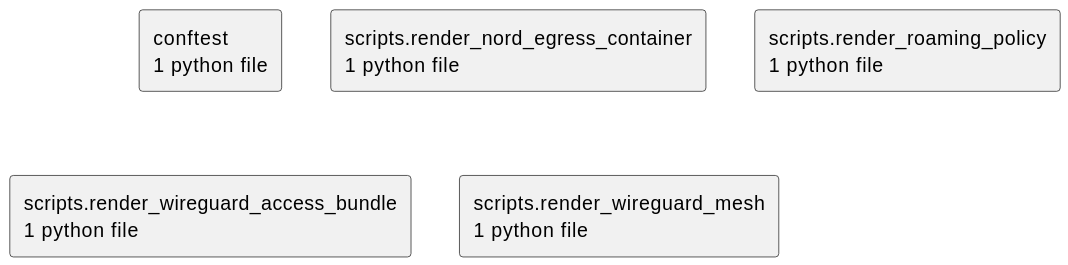
Above: docs/diagrams/python-packages.puml.svg in casonk/short-circuit (PlantUML), before the change. Source of this version:
```plantuml
@startuml
set namespaceSeparator none
top to bottom direction
skinparam componentStyle rectangle
rectangle "conftest\n1 python file" as conftest
rectangle "scripts.render_nord_egress_container\n1 python file" as scripts.render_nord_egress_container
rectangle "scripts.render_roaming_policy\n1 python file" as scripts.render_roaming_policy
rectangle "scripts.render_wireguard_access_bundle\n1 python file" as scripts.render_wireguard_access_bundle
rectangle "scripts.render_wireguard_mesh\n1 python file" as scripts.render_wireguard_mesh
@enduml
```
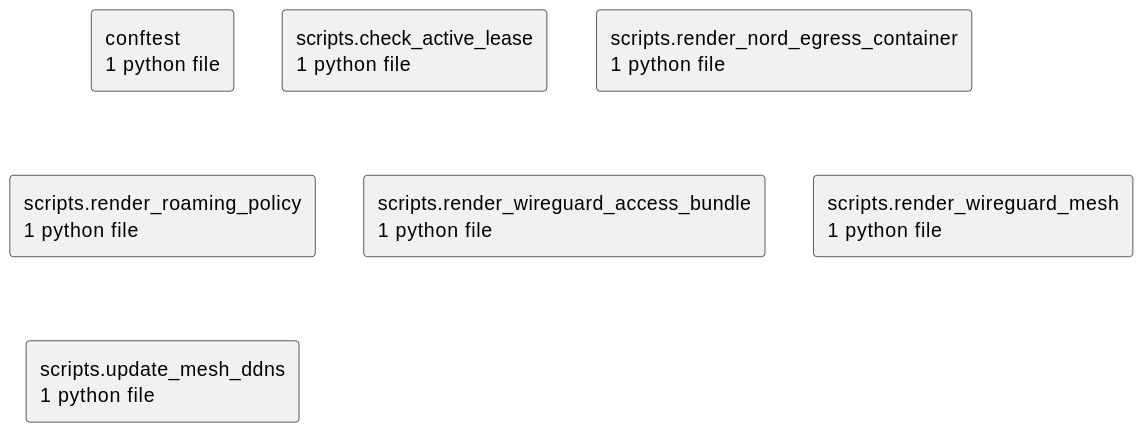
After the commit.

Diff of the diagram source:
```diff
@@ -3,8 +3,10 @@
 top to bottom direction
 skinparam componentStyle rectangle
 rectangle "conftest\n1 python file" as conftest
+rectangle "scripts.check_active_lease\n1 python file" as scripts.check_active_lease
 rectangle "scripts.render_nord_egress_container\n1 python file" as scripts.render_nord_egress_container
 rectangle "scripts.render_roaming_policy\n1 python file" as scripts.render_roaming_policy
 rectangle "scripts.render_wireguard_access_bundle\n1 python file" as scripts.render_wireguard_access_bundle
 rectangle "scripts.render_wireguard_mesh\n1 python file" as scripts.render_wireguard_mesh
+rectangle "scripts.update_mesh_ddns\n1 python file" as scripts.update_mesh_ddns
 @enduml
```
